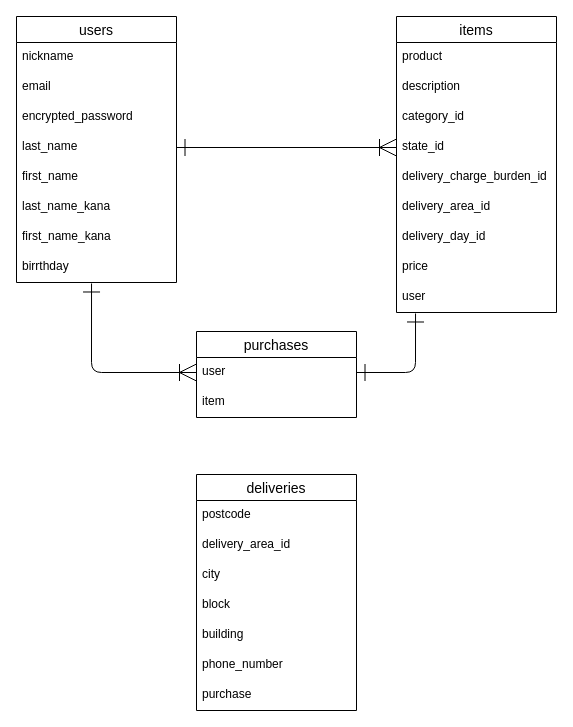
Before: furima.dio in copanda-2007/furima-37525, a draw.io diagram. Source tidied: cells renumbered, new cells numbered last; positions are measured from the earlier drawing's top-left corner, leaving out a move shared by most shapes. Both pictures are drawn from the tidied source at 100%, with x=0, y=0 at pixel (16, 16).
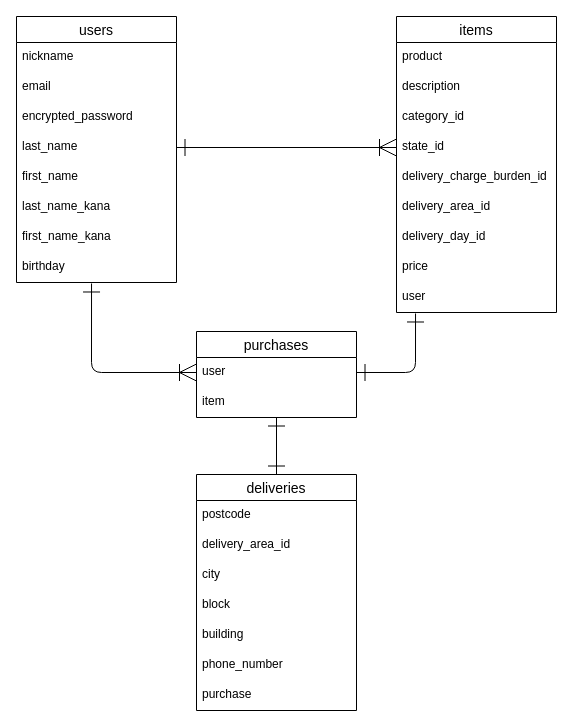
The same diagram, later.

The change refers to these unchanged cells:
```xml
<mxCell id="2" value="users" style="swimlane;fontStyle=0;horizontal=1;startSize=26;align=center;fontSize=14;fontFamily=Helvetica;fontColor=default;strokeColor=default;fillColor=default;" parent="1" vertex="1">
  <mxGeometry width="160" height="266" as="geometry" />
</mxCell>
<mxCell id="23" value="item" style="text;strokeColor=none;fillColor=none;spacingLeft=4;spacingRight=4;overflow=hidden;points=[[0,0.5],[1,0.5]];portConstraint=eastwest;fontSize=12;fontFamily=Helvetica;fontColor=default;startSize=30;" parent="21" vertex="1">
  <mxGeometry y="56" width="160" height="30" as="geometry" />
</mxCell>
<mxCell id="24" value="deliveries" style="swimlane;fontStyle=0;horizontal=1;startSize=26;align=center;fontSize=14;fontFamily=Helvetica;fontColor=default;strokeColor=default;fillColor=default;" parent="1" vertex="1">
  <mxGeometry x="180" y="458" width="160" height="236" as="geometry" />
</mxCell>
```

Diff of the diagram source:
```diff
@@
-    <mxCell id="10" value="birrthday" style="text;strokeColor=none;fillColor=none;spacingLeft=4;spacingRight=4;overflow=hidden;points=[[0,0.5],[1,0.5]];portConstraint=eastwest;fontSize=12;fontFamily=Helvetica;fontColor=default;startSize=30;" parent="2" vertex="1">
+    <mxCell id="10" value="birthday" style="text;strokeColor=none;fillColor=none;spacingLeft=4;spacingRight=4;overflow=hidden;points=[[0,0.5],[1,0.5]];portConstraint=eastwest;fontSize=12;fontFamily=Helvetica;fontColor=default;startSize=30;" parent="2" vertex="1">
       <mxGeometry y="236" width="160" height="30" as="geometry" />
     </mxCell>
@@
+    <mxCell id="35" style="edgeStyle=none;html=1;exitX=0.5;exitY=0;exitDx=0;exitDy=0;entryX=0.5;entryY=1;entryDx=0;entryDy=0;entryPerimeter=0;fontFamily=Helvetica;fontSize=12;fontColor=default;startArrow=ERone;startFill=0;endArrow=ERone;endFill=0;startSize=15;endSize=15;sourcePerimeterSpacing=15;targetPerimeterSpacing=15;strokeWidth=1;" parent="1" edge="1" source="24" target="23">
+      <mxGeometry relative="1" as="geometry" />
+    </mxCell>
```
